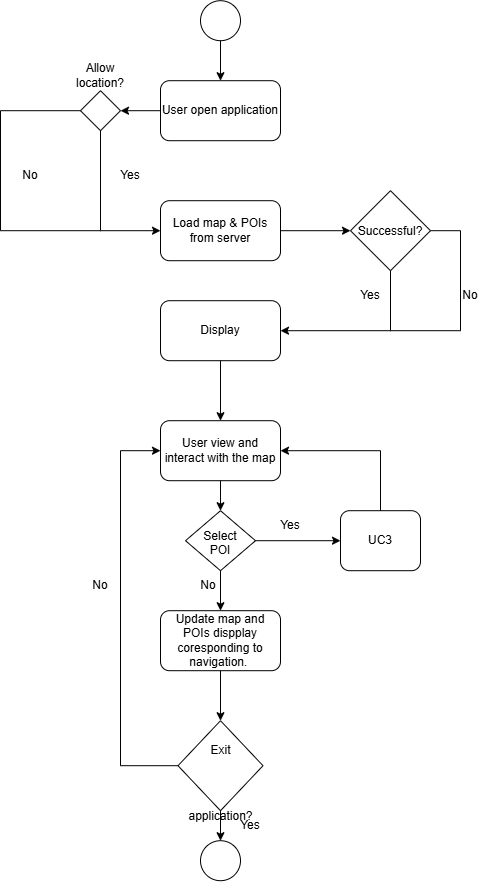
Noir-Goose/Nhom5_CNPM keeps this draw.io diagram as PRD/User story/UC2_Activity.png. Above is the earlier version. Source tidied: cells renumbered, new cells last; positions are measured from the earlier drawing's top-left corner, leaving out a move shared by most shapes.
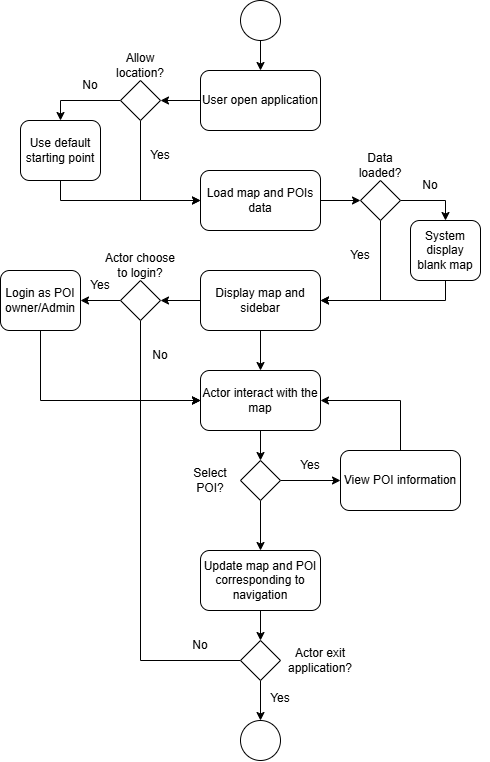
After the commit.

Commit message:
Sua lai use case 2 bi thieu

Change to the diagram source:
```diff
@@ -2,142 +2,169 @@
   <root>
     <mxCell id="0" />
     <mxCell id="1" parent="0" />
-    <mxCell id="2" style="ellipse;whiteSpace=wrap;html=1;shapeInside=1;" parent="1" vertex="1">
-      <mxGeometry x="200" width="40" height="40" as="geometry" />
-    </mxCell>
+    <mxCell id="38" style="edgeStyle=orthogonalEdgeStyle;rounded=0;jettySize=auto;html=1;exitX=0.5;exitY=1;exitDx=0;exitDy=0;entryX=0.5;entryY=0;entryDx=0;entryDy=0;" parent="1" edge="1" source="39" target="3">
+      <mxGeometry relative="1" as="geometry" />
+    </mxCell>
+    <mxCell id="39" style="ellipse;whiteSpace=wrap;html=1;shapeInside=1;" parent="1" vertex="1">
+      <mxGeometry x="200" y="10" width="40" height="40" as="geometry" />
+    </mxCell>
+    <mxCell id="40" style="ellipse;whiteSpace=wrap;html=1;shapeInside=1;" parent="1" vertex="1">
+      <mxGeometry x="200" y="730" width="40" height="40" as="geometry" />
+    </mxCell>
+    <mxCell id="41" style="edgeStyle=orthogonalEdgeStyle;rounded=0;jettySize=auto;html=1;exitX=0;exitY=0.5;exitDx=0;exitDy=0;entryX=1;entryY=0.5;entryDx=0;entryDy=0;" parent="1" edge="1" source="3" target="44">
+      <mxGeometry relative="1" as="geometry" />
+    </mxCell>
-    <mxCell id="3" value="User open application" style="rounded=1;whiteSpace=wrap;html=1;" parent="1" vertex="1">
+    <mxCell id="3" value="User open application" style="rounded=1;whiteSpace=wrap;html=1;roundedPerimeter=1;" parent="1" vertex="1">
       <mxGeometry x="160" y="80" width="120" height="60" as="geometry" />
     </mxCell>
-    <mxCell id="4" value="Load map &amp;amp; POIs from server" style="rounded=1;whiteSpace=wrap;html=1;" parent="1" vertex="1">
-      <mxGeometry x="160" y="200" width="120" height="60" as="geometry" />
-    </mxCell>
-    <mxCell id="5" value="Display" style="rounded=1;whiteSpace=wrap;html=1;" parent="1" vertex="1">
-      <mxGeometry x="160" y="300" width="120" height="60" as="geometry" />
-    </mxCell>
-    <mxCell id="6" style="endArrow=classic;html=1;rounded=0;entryX=0.5;entryY=0;entryDx=0;entryDy=0;exitX=0.5;exitY=1;exitDx=0;exitDy=0;" parent="1" edge="1" source="5" target="10">
-      <mxGeometry relative="1" as="geometry" />
-    </mxCell>
-    <mxCell id="7" style="endArrow=classic;html=1;rounded=0;exitX=0.5;exitY=1;exitDx=0;exitDy=0;entryX=0.5;entryY=0;entryDx=0;entryDy=0;" parent="1" edge="1" source="2" target="3">
-      <mxGeometry relative="1" as="geometry" />
-    </mxCell>
-    <mxCell id="8" style="endArrow=classic;html=1;rounded=0;exitX=1;exitY=0.5;exitDx=0;exitDy=0;entryX=0;entryY=0.5;entryDx=0;entryDy=0;" parent="1" edge="1" source="4" target="37">
-      <mxGeometry relative="1" as="geometry" />
-    </mxCell>
-    <mxCell id="9" value="Yes" style="text;html=1;whiteSpace=wrap;strokeColor=none;fillColor=none;align=center;verticalAlign=middle;rounded=0;" parent="1" vertex="1">
-      <mxGeometry x="340" y="280" width="60" height="30" as="geometry" />
-    </mxCell>
-    <mxCell id="10" value="User view and interact with the map" style="rounded=1;whiteSpace=wrap;html=1;" parent="1" vertex="1">
-      <mxGeometry x="160" y="420" width="120" height="60" as="geometry" />
-    </mxCell>
-    <mxCell id="11" style="endArrow=classic;html=1;rounded=0;exitX=0.5;exitY=1;exitDx=0;exitDy=0;entryX=1;entryY=0.5;entryDx=0;entryDy=0;" parent="1" edge="1" source="37" target="5">
-      <mxGeometry relative="1" as="geometry">
-        <Array as="points">
-          <mxPoint x="390" y="330" />
-        </Array>
-      </mxGeometry>
-    </mxCell>
-    <mxCell id="12" value="Exit application?" style="rhombus;whiteSpace=wrap;html=1;shapeInside=1;" parent="1" vertex="1">
-      <mxGeometry x="177.5" y="720" width="85" height="90" as="geometry" />
-    </mxCell>
-    <mxCell id="13" value="Select POI" style="rhombus;whiteSpace=wrap;html=1;shapeInside=1;" parent="1" vertex="1">
-      <mxGeometry x="185" y="510" width="70" height="60" as="geometry" />
-    </mxCell>
-    <mxCell id="14" value="UC3" style="rounded=1;whiteSpace=wrap;html=1;" parent="1" vertex="1">
-      <mxGeometry x="340" y="510" width="80" height="60" as="geometry" />
-    </mxCell>
-    <mxCell id="15" style="endArrow=classic;html=1;rounded=0;exitX=1;exitY=0.5;exitDx=0;exitDy=0;entryX=0;entryY=0.5;entryDx=0;entryDy=0;" parent="1" edge="1" source="13" target="14">
-      <mxGeometry relative="1" as="geometry" />
-    </mxCell>
-    <mxCell id="16" style="endArrow=classic;html=1;rounded=0;exitX=0.5;exitY=0;exitDx=0;exitDy=0;entryX=1;entryY=0.5;entryDx=0;entryDy=0;" parent="1" edge="1" source="14" target="10">
-      <mxGeometry relative="1" as="geometry">
-        <Array as="points">
-          <mxPoint x="380" y="450" />
-        </Array>
-      </mxGeometry>
-    </mxCell>
-    <mxCell id="17" value="Update map and POIs dispplay coresponding to navigation.&amp;nbsp;" style="rounded=1;whiteSpace=wrap;html=1;" parent="1" vertex="1">
-      <mxGeometry x="160" y="610" width="120" height="60" as="geometry" />
-    </mxCell>
-    <mxCell id="18" style="endArrow=classic;html=1;rounded=0;exitX=0.5;exitY=1;exitDx=0;exitDy=0;entryX=0.5;entryY=0;entryDx=0;entryDy=0;" parent="1" edge="1" source="13" target="17">
-      <mxGeometry relative="1" as="geometry" />
-    </mxCell>
-    <mxCell id="19" value="No" style="text;html=1;whiteSpace=wrap;strokeColor=none;fillColor=none;align=center;verticalAlign=middle;rounded=0;" parent="1" vertex="1">
-      <mxGeometry x="177.5" y="570" width="60" height="30" as="geometry" />
-    </mxCell>
-    <mxCell id="20" style="endArrow=classic;html=1;rounded=0;exitX=0.5;exitY=1;exitDx=0;exitDy=0;entryX=0.5;entryY=0;entryDx=0;entryDy=0;" parent="1" edge="1" source="10" target="13">
-      <mxGeometry relative="1" as="geometry" />
-    </mxCell>
-    <mxCell id="21" value="Yes" style="text;html=1;whiteSpace=wrap;strokeColor=none;fillColor=none;align=center;verticalAlign=middle;rounded=0;" parent="1" vertex="1">
-      <mxGeometry x="260" y="510" width="60" height="30" as="geometry" />
-    </mxCell>
-    <mxCell id="22" style="ellipse;whiteSpace=wrap;html=1;shapeInside=1;" parent="1" vertex="1">
-      <mxGeometry x="200" y="840" width="40" height="40" as="geometry" />
-    </mxCell>
-    <mxCell id="23" style="endArrow=classic;html=1;rounded=0;exitX=0.5;exitY=1;exitDx=0;exitDy=0;entryX=0.5;entryY=0;entryDx=0;entryDy=0;" parent="1" edge="1" source="12" target="22">
-      <mxGeometry relative="1" as="geometry" />
-    </mxCell>
-    <mxCell id="24" style="endArrow=classic;html=1;rounded=0;exitX=0.5;exitY=1;exitDx=0;exitDy=0;entryX=0.5;entryY=0;entryDx=0;entryDy=0;" parent="1" edge="1" source="17" target="12">
-      <mxGeometry relative="1" as="geometry" />
-    </mxCell>
-    <mxCell id="25" style="rhombus;whiteSpace=wrap;html=1;shapeInside=1;" parent="1" vertex="1">
-      <mxGeometry x="80" y="90" width="40" height="40" as="geometry" />
-    </mxCell>
-    <mxCell id="26" style="endArrow=classic;html=1;rounded=0;exitX=0;exitY=0.5;exitDx=0;exitDy=0;entryX=1;entryY=0.5;entryDx=0;entryDy=0;" parent="1" edge="1" source="3" target="25">
-      <mxGeometry relative="1" as="geometry" />
-    </mxCell>
-    <mxCell id="27" style="endArrow=classic;html=1;rounded=0;exitX=0.5;exitY=1;exitDx=0;exitDy=0;entryX=0;entryY=0.5;entryDx=0;entryDy=0;" parent="1" edge="1" source="25" target="4">
-      <mxGeometry relative="1" as="geometry">
-        <Array as="points">
-          <mxPoint x="100" y="230" />
-        </Array>
-      </mxGeometry>
-    </mxCell>
-    <mxCell id="28" style="endArrow=none;html=1;rounded=0;exitX=0;exitY=0.5;exitDx=0;exitDy=0;" parent="1" edge="1" source="25">
-      <mxGeometry relative="1" as="geometry">
-        <mxPoint x="100" y="230" as="targetPoint" />
-        <Array as="points">
-          <mxPoint y="110" />
-          <mxPoint y="230" />
-        </Array>
-      </mxGeometry>
-    </mxCell>
-    <mxCell id="29" style="endArrow=none;html=1;rounded=0;entryX=1;entryY=0.5;entryDx=0;entryDy=0;startArrow=none;startFill=0;" parent="1" edge="1" target="37">
-      <mxGeometry relative="1" as="geometry">
-        <mxPoint x="390" y="330" as="sourcePoint" />
-        <Array as="points">
-          <mxPoint x="460" y="330" />
-          <mxPoint x="460" y="230" />
-        </Array>
-      </mxGeometry>
-    </mxCell>
-    <mxCell id="30" value="No" style="text;html=1;whiteSpace=wrap;strokeColor=none;fillColor=none;align=center;verticalAlign=middle;rounded=0;" parent="1" vertex="1">
-      <mxGeometry x="440" y="280" width="60" height="30" as="geometry" />
-    </mxCell>
-    <mxCell id="31" value="Yes" style="text;html=1;whiteSpace=wrap;strokeColor=none;fillColor=none;align=center;verticalAlign=middle;rounded=0;" parent="1" vertex="1">
-      <mxGeometry x="100" y="160" width="60" height="30" as="geometry" />
-    </mxCell>
-    <mxCell id="32" value="No" style="text;html=1;whiteSpace=wrap;strokeColor=none;fillColor=none;align=center;verticalAlign=middle;rounded=0;" parent="1" vertex="1">
-      <mxGeometry y="160" width="60" height="30" as="geometry" />
-    </mxCell>
-    <mxCell id="33" style="endArrow=classic;html=1;rounded=0;exitX=0;exitY=0.5;exitDx=0;exitDy=0;entryX=0;entryY=0.5;entryDx=0;entryDy=0;" parent="1" edge="1" source="12" target="10">
-      <mxGeometry relative="1" as="geometry">
-        <Array as="points">
-          <mxPoint x="120" y="765" />
-          <mxPoint x="120" y="450" />
-        </Array>
-      </mxGeometry>
-    </mxCell>
+    <mxCell id="42" style="edgeStyle=orthogonalEdgeStyle;rounded=0;jettySize=auto;html=1;exitX=0.5;exitY=1;exitDx=0;exitDy=0;entryX=0;entryY=0.5;entryDx=0;entryDy=0;" parent="1" edge="1" source="44" target="55">
+      <mxGeometry relative="1" as="geometry" />
+    </mxCell>
+    <mxCell id="43" style="edgeStyle=orthogonalEdgeStyle;rounded=0;jettySize=auto;html=1;exitX=0;exitY=0.5;exitDx=0;exitDy=0;entryX=0.5;entryY=0;entryDx=0;entryDy=0;" parent="1" edge="1" source="44" target="86">
+      <mxGeometry relative="1" as="geometry" />
+    </mxCell>
+    <mxCell id="44" style="rhombus;whiteSpace=wrap;html=1;shapeInside=1;" parent="1" vertex="1">
+      <mxGeometry x="80" y="90" width="40" height="40" as="geometry" />
+    </mxCell>
+    <mxCell id="45" style="edgeStyle=orthogonalEdgeStyle;rounded=0;jettySize=auto;html=1;exitX=0.5;exitY=1;exitDx=0;exitDy=0;entryX=1;entryY=0.5;entryDx=0;entryDy=0;" parent="1" edge="1" source="47" target="58">
+      <mxGeometry relative="1" as="geometry" />
+    </mxCell>
+    <mxCell id="46" style="edgeStyle=orthogonalEdgeStyle;rounded=0;jettySize=auto;html=1;exitX=1;exitY=0.5;exitDx=0;exitDy=0;entryX=0.5;entryY=0;entryDx=0;entryDy=0;" parent="1" edge="1" source="47" target="84">
+      <mxGeometry relative="1" as="geometry" />
+    </mxCell>
+    <mxCell id="47" style="rhombus;whiteSpace=wrap;html=1;shapeInside=1;" parent="1" vertex="1">
+      <mxGeometry x="320" y="190" width="40" height="40" as="geometry" />
+    </mxCell>
+    <mxCell id="48" style="edgeStyle=orthogonalEdgeStyle;rounded=0;jettySize=auto;html=1;exitX=1;exitY=0.5;exitDx=0;exitDy=0;entryX=0;entryY=0.5;entryDx=0;entryDy=0;" parent="1" edge="1" source="50" target="65">
+      <mxGeometry relative="1" as="geometry" />
+    </mxCell>
+    <mxCell id="49" style="edgeStyle=orthogonalEdgeStyle;rounded=0;jettySize=auto;html=1;exitX=0.5;exitY=1;exitDx=0;exitDy=0;entryX=0.5;entryY=0;entryDx=0;entryDy=0;" parent="1" edge="1" source="50" target="67">
+      <mxGeometry relative="1" as="geometry" />
+    </mxCell>
+    <mxCell id="50" style="rhombus;whiteSpace=wrap;html=1;shapeInside=1;" parent="1" vertex="1">
+      <mxGeometry x="200" y="470" width="40" height="40" as="geometry" />
+    </mxCell>
+    <mxCell id="51" style="edgeStyle=orthogonalEdgeStyle;rounded=0;jettySize=auto;html=1;exitX=0.5;exitY=1;exitDx=0;exitDy=0;entryX=0;entryY=0.5;entryDx=0;entryDy=0;" parent="1" edge="1" source="53" target="62">
+      <mxGeometry relative="1" as="geometry" />
+    </mxCell>
+    <mxCell id="52" style="edgeStyle=orthogonalEdgeStyle;rounded=0;jettySize=auto;html=1;exitX=0;exitY=0.5;exitDx=0;exitDy=0;entryX=1;entryY=0.5;entryDx=0;entryDy=0;" parent="1" edge="1" source="53" target="74">
+      <mxGeometry relative="1" as="geometry" />
+    </mxCell>
+    <mxCell id="53" style="rhombus;whiteSpace=wrap;html=1;shapeInside=1;" parent="1" vertex="1">
+      <mxGeometry x="80" y="290" width="40" height="40" as="geometry" />
+    </mxCell>
     <mxCell id="34" value="Allow location?" style="text;html=1;whiteSpace=wrap;strokeColor=none;fillColor=none;align=center;verticalAlign=middle;rounded=0;" parent="1" vertex="1">
       <mxGeometry x="70" y="60" width="60" height="30" as="geometry" />
     </mxCell>
-    <mxCell id="35" value="No" style="text;html=1;whiteSpace=wrap;strokeColor=none;fillColor=none;align=center;verticalAlign=middle;rounded=0;" parent="1" vertex="1">
-      <mxGeometry x="70" y="570" width="60" height="30" as="geometry" />
-    </mxCell>
-    <mxCell id="36" value="Yes" style="text;html=1;whiteSpace=wrap;strokeColor=none;fillColor=none;align=center;verticalAlign=middle;rounded=0;" parent="1" vertex="1">
-      <mxGeometry x="220" y="810" width="60" height="30" as="geometry" />
-    </mxCell>
-    <mxCell id="37" value="Successful?" style="rhombus;whiteSpace=wrap;html=1;shapeInside=1;" parent="1" vertex="1">
-      <mxGeometry x="350" y="190" width="80" height="80" as="geometry" />
-    </mxCell>
+    <mxCell id="54" style="edgeStyle=orthogonalEdgeStyle;rounded=0;jettySize=auto;html=1;exitX=1;exitY=0.5;exitDx=0;exitDy=0;entryX=0;entryY=0.5;entryDx=0;entryDy=0;" parent="1" edge="1" source="55" target="47">
+      <mxGeometry relative="1" as="geometry" />
+    </mxCell>
+    <mxCell id="55" value="Load map and POIs data" style="rounded=1;whiteSpace=wrap;html=1;roundedPerimeter=1;" parent="1" vertex="1">
+      <mxGeometry x="160" y="180" width="120" height="60" as="geometry" />
+    </mxCell>
+    <mxCell id="56" style="edgeStyle=orthogonalEdgeStyle;rounded=0;jettySize=auto;html=1;exitX=0.5;exitY=1;exitDx=0;exitDy=0;entryX=0.5;entryY=0;entryDx=0;entryDy=0;" parent="1" edge="1" source="58" target="62">
+      <mxGeometry relative="1" as="geometry" />
+    </mxCell>
+    <mxCell id="57" style="edgeStyle=orthogonalEdgeStyle;rounded=0;jettySize=auto;html=1;exitX=0;exitY=0.5;exitDx=0;exitDy=0;entryX=1;entryY=0.5;entryDx=0;entryDy=0;" parent="1" edge="1" source="58" target="53">
+      <mxGeometry relative="1" as="geometry" />
+    </mxCell>
+    <mxCell id="58" value="Display map and sidebar" style="rounded=1;whiteSpace=wrap;html=1;roundedPerimeter=1;" parent="1" vertex="1">
+      <mxGeometry x="160" y="280" width="120" height="60" as="geometry" />
+    </mxCell>
+    <mxCell id="59" value="Data loaded?" style="text;html=1;whiteSpace=wrap;strokeColor=none;fillColor=none;align=center;verticalAlign=middle;rounded=0;" parent="1" vertex="1">
+      <mxGeometry x="310" y="160" width="60" height="30" as="geometry" />
+    </mxCell>
+    <mxCell id="60" style="edgeStyle=orthogonalEdgeStyle;rounded=0;orthogonalLoop=1;jettySize=auto;html=1;innerLoopWaypoints=1;exitX=0.5;exitY=1;exitDx=0;exitDy=0;" parent="1" edge="1">
+      <mxGeometry relative="1" as="geometry">
+        <mxPoint x="440" y="360" as="sourcePoint" />
+        <mxPoint x="440" y="360" as="targetPoint" />
+      </mxGeometry>
+    </mxCell>
+    <mxCell id="61" style="edgeStyle=orthogonalEdgeStyle;rounded=0;jettySize=auto;html=1;exitX=0.5;exitY=1;exitDx=0;exitDy=0;entryX=0.5;entryY=0;entryDx=0;entryDy=0;" parent="1" edge="1" source="62" target="50">
+      <mxGeometry relative="1" as="geometry" />
+    </mxCell>
+    <mxCell id="62" value="Actor interact with the map" style="rounded=1;whiteSpace=wrap;html=1;roundedPerimeter=1;" parent="1" vertex="1">
+      <mxGeometry x="160" y="380" width="120" height="60" as="geometry" />
+    </mxCell>
+    <mxCell id="63" value="Select POI?" style="text;html=1;whiteSpace=wrap;strokeColor=none;fillColor=none;align=center;verticalAlign=middle;rounded=0;" parent="1" vertex="1">
+      <mxGeometry x="140" y="475" width="60" height="30" as="geometry" />
+    </mxCell>
+    <mxCell id="64" style="edgeStyle=orthogonalEdgeStyle;rounded=0;jettySize=auto;html=1;exitX=0.5;exitY=0;exitDx=0;exitDy=0;entryX=1;entryY=0.5;entryDx=0;entryDy=0;" parent="1" edge="1" source="65" target="62">
+      <mxGeometry relative="1" as="geometry" />
+    </mxCell>
+    <mxCell id="65" value="View POI information" style="rounded=1;whiteSpace=wrap;html=1;roundedPerimeter=1;" parent="1" vertex="1">
+      <mxGeometry x="300" y="460" width="120" height="60" as="geometry" />
+    </mxCell>
+    <mxCell id="66" style="edgeStyle=orthogonalEdgeStyle;rounded=0;jettySize=auto;html=1;exitX=0.5;exitY=1;exitDx=0;exitDy=0;entryX=0.5;entryY=0;entryDx=0;entryDy=0;" parent="1" edge="1" source="67" target="70">
+      <mxGeometry relative="1" as="geometry" />
+    </mxCell>
+    <mxCell id="67" value="Update map and POI corresponding to navigation" style="rounded=1;whiteSpace=wrap;html=1;roundedPerimeter=1;" parent="1" vertex="1">
+      <mxGeometry x="160" y="560" width="120" height="60" as="geometry" />
+    </mxCell>
+    <mxCell id="68" style="edgeStyle=orthogonalEdgeStyle;rounded=0;jettySize=auto;html=1;exitX=0.5;exitY=1;exitDx=0;exitDy=0;entryX=0.5;entryY=0;entryDx=0;entryDy=0;" parent="1" edge="1" source="70" target="40">
+      <mxGeometry relative="1" as="geometry" />
+    </mxCell>
+    <mxCell id="69" style="edgeStyle=orthogonalEdgeStyle;rounded=0;jettySize=auto;html=1;exitX=0;exitY=0.5;exitDx=0;exitDy=0;entryX=0;entryY=0.5;entryDx=0;entryDy=0;" parent="1" edge="1" source="70" target="62">
+      <mxGeometry relative="1" as="geometry">
+        <Array as="points">
+          <mxPoint x="100" y="670" />
+          <mxPoint x="100" y="410" />
+        </Array>
+      </mxGeometry>
+    </mxCell>
+    <mxCell id="70" style="rhombus;whiteSpace=wrap;html=1;shapeInside=1;" parent="1" vertex="1">
+      <mxGeometry x="200" y="650" width="40" height="40" as="geometry" />
+    </mxCell>
+    <mxCell id="71" value="Actor exit application?" style="text;html=1;whiteSpace=wrap;strokeColor=none;fillColor=none;align=center;verticalAlign=middle;rounded=0;" parent="1" vertex="1">
+      <mxGeometry x="250" y="655" width="60" height="30" as="geometry" />
+    </mxCell>
+    <mxCell id="72" value="Actor choose to login?" style="text;html=1;whiteSpace=wrap;strokeColor=none;fillColor=none;align=center;verticalAlign=middle;rounded=0;" parent="1" vertex="1">
+      <mxGeometry x="60" y="260" width="80" height="30" as="geometry" />
+    </mxCell>
+    <mxCell id="73" style="edgeStyle=orthogonalEdgeStyle;rounded=0;jettySize=auto;html=1;exitX=0.5;exitY=1;exitDx=0;exitDy=0;entryX=0;entryY=0.5;entryDx=0;entryDy=0;" parent="1" edge="1" source="74" target="62">
+      <mxGeometry relative="1" as="geometry" />
+    </mxCell>
+    <mxCell id="74" value="Login as POI owner/Admin" style="rounded=1;whiteSpace=wrap;html=1;roundedPerimeter=1;" parent="1" vertex="1">
+      <mxGeometry x="-40" y="280" width="80" height="60" as="geometry" />
+    </mxCell>
+    <mxCell id="75" value="Yes" style="text;html=1;whiteSpace=wrap;strokeColor=none;fillColor=none;align=center;verticalAlign=middle;rounded=0;" parent="1" vertex="1">
+      <mxGeometry x="90" y="150" width="60" height="30" as="geometry" />
+    </mxCell>
+    <mxCell id="76" value="Yes" style="text;html=1;whiteSpace=wrap;strokeColor=none;fillColor=none;align=center;verticalAlign=middle;rounded=0;" parent="1" vertex="1">
+      <mxGeometry x="290" y="250" width="60" height="30" as="geometry" />
+    </mxCell>
+    <mxCell id="77" value="Yes" style="text;html=1;whiteSpace=wrap;strokeColor=none;fillColor=none;align=center;verticalAlign=middle;rounded=0;" parent="1" vertex="1">
+      <mxGeometry x="30" y="280" width="60" height="30" as="geometry" />
+    </mxCell>
+    <mxCell id="78" value="Yes" style="text;html=1;whiteSpace=wrap;strokeColor=none;fillColor=none;align=center;verticalAlign=middle;rounded=0;" parent="1" vertex="1">
+      <mxGeometry x="240" y="460" width="60" height="30" as="geometry" />
+    </mxCell>
+    <mxCell id="79" value="Yes" style="text;html=1;whiteSpace=wrap;strokeColor=none;fillColor=none;align=center;verticalAlign=middle;rounded=0;" parent="1" vertex="1">
+      <mxGeometry x="210" y="693" width="60" height="30" as="geometry" />
+    </mxCell>
+    <mxCell id="80" value="No" style="text;html=1;whiteSpace=wrap;strokeColor=none;fillColor=none;align=center;verticalAlign=middle;rounded=0;" parent="1" vertex="1">
+      <mxGeometry x="90" y="350" width="60" height="30" as="geometry" />
+    </mxCell>
+    <mxCell id="81" value="No" style="text;html=1;whiteSpace=wrap;strokeColor=none;fillColor=none;align=center;verticalAlign=middle;rounded=0;" parent="1" vertex="1">
+      <mxGeometry x="360" y="180" width="60" height="30" as="geometry" />
+    </mxCell>
+    <mxCell id="82" value="No" style="text;html=1;whiteSpace=wrap;strokeColor=none;fillColor=none;align=center;verticalAlign=middle;rounded=0;" parent="1" vertex="1">
+      <mxGeometry x="20" y="80" width="60" height="30" as="geometry" />
+    </mxCell>
+    <mxCell id="83" style="edgeStyle=orthogonalEdgeStyle;rounded=0;jettySize=auto;html=1;exitX=0.5;exitY=1;exitDx=0;exitDy=0;entryX=1;entryY=0.5;entryDx=0;entryDy=0;" parent="1" edge="1" source="84" target="58">
+      <mxGeometry relative="1" as="geometry" />
+    </mxCell>
+    <mxCell id="84" value="System display blank map" style="rounded=1;whiteSpace=wrap;html=1;roundedPerimeter=1;" parent="1" vertex="1">
+      <mxGeometry x="370" y="230" width="70" height="60" as="geometry" />
+    </mxCell>
+    <mxCell id="85" style="edgeStyle=orthogonalEdgeStyle;rounded=0;jettySize=auto;html=1;exitX=0.5;exitY=1;exitDx=0;exitDy=0;entryX=0;entryY=0.5;entryDx=0;entryDy=0;" parent="1" edge="1" source="86" target="55">
+      <mxGeometry relative="1" as="geometry" />
+    </mxCell>
+    <mxCell id="86" value="Use default starting point" style="rounded=1;whiteSpace=wrap;html=1;roundedPerimeter=1;" parent="1" vertex="1">
+      <mxGeometry x="-20" y="130" width="80" height="60" as="geometry" />
+    </mxCell>
+    <mxCell id="87" value="No" style="text;html=1;whiteSpace=wrap;strokeColor=none;fillColor=none;align=center;verticalAlign=middle;rounded=0;" parent="1" vertex="1">
+      <mxGeometry x="130" y="640" width="60" height="30" as="geometry" />
+    </mxCell>
   </root>
 </mxGraphModel>
```
